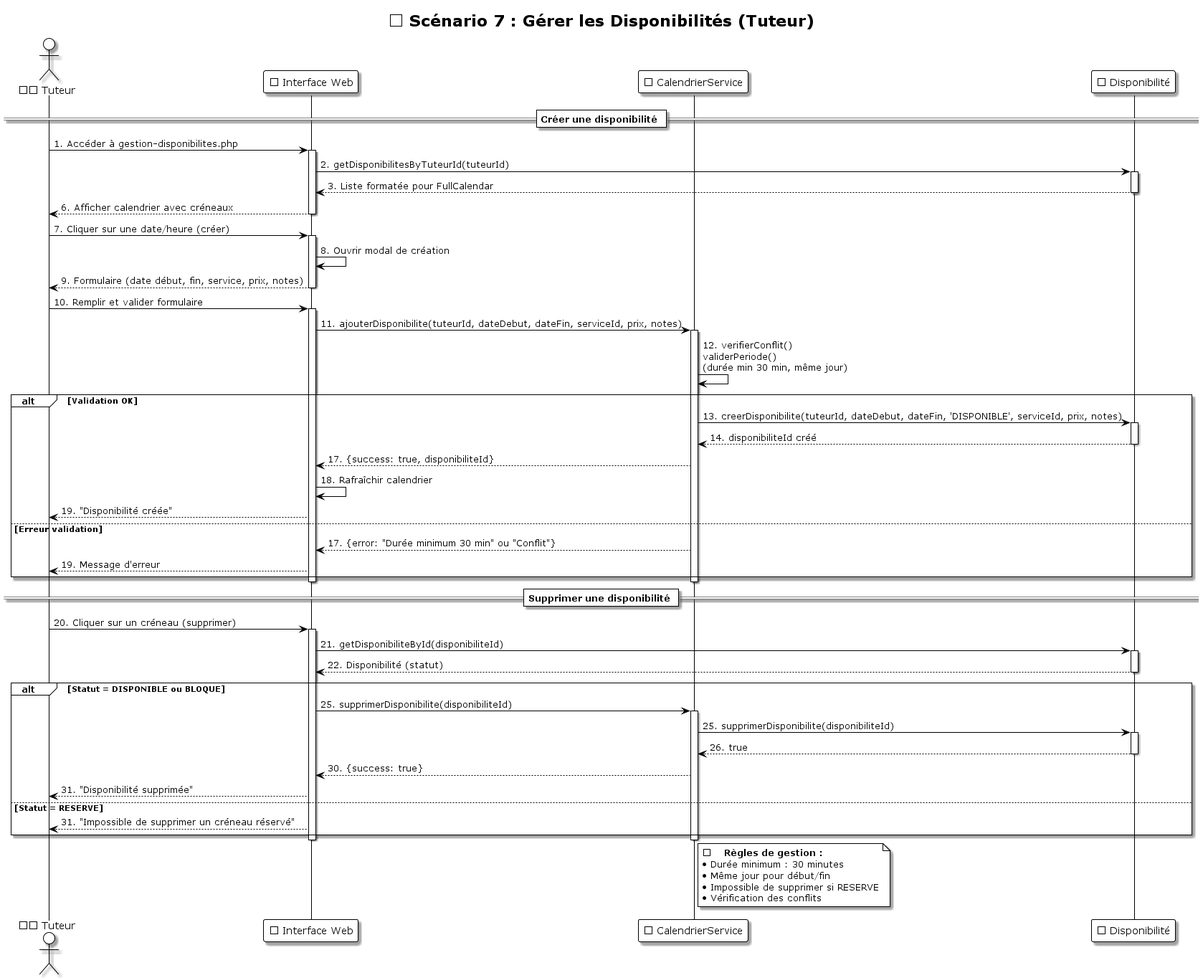
This is UML/diagrammes_sequence/Sequence_07_Gerer_Disponibilites.png from LLAbdul/LLAbdul-projet-tutoplus, a PlantUML export, as it was before one commit.
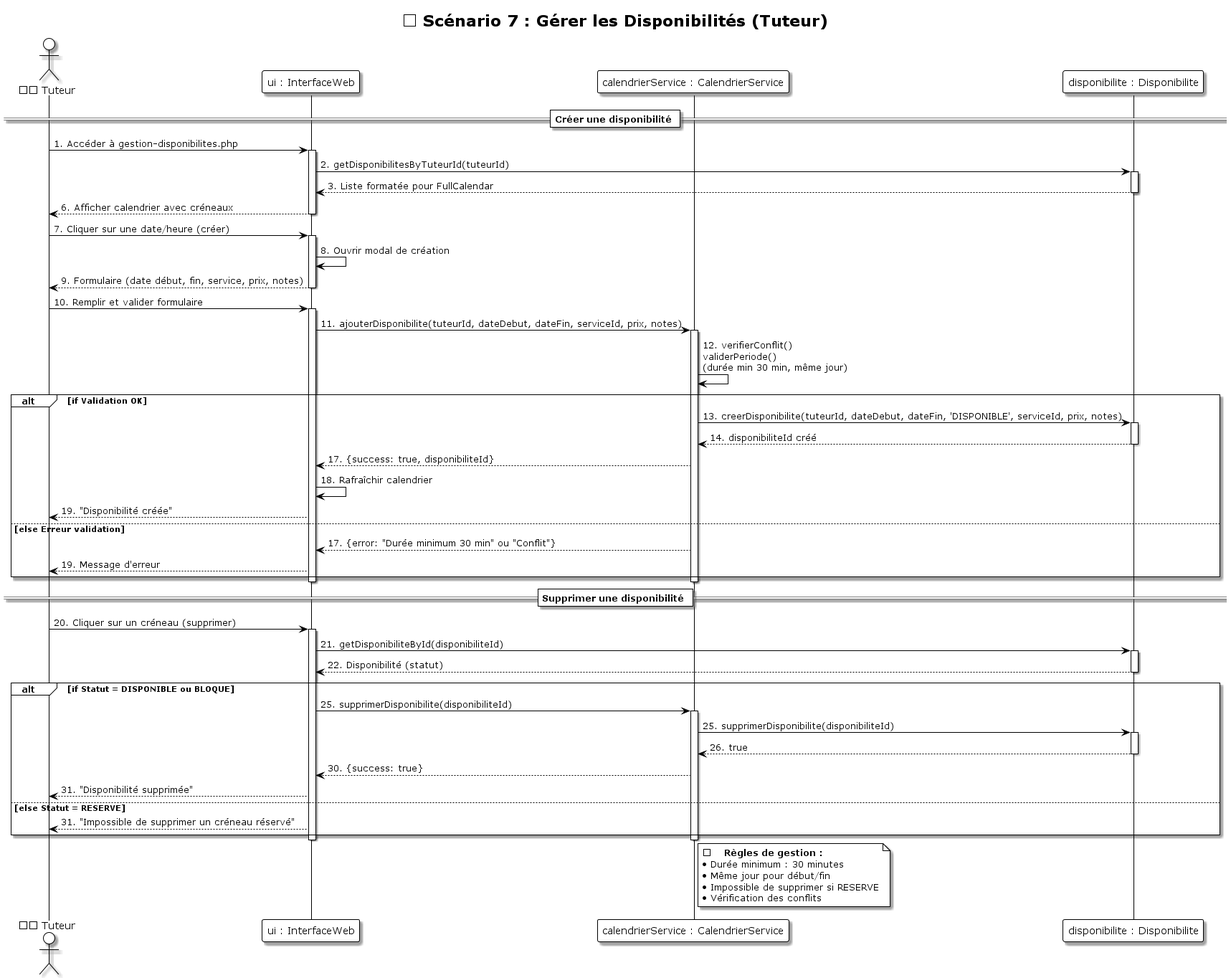
The same file after the commit.

Commit message:
update diagrame de sequence

The edit, as a diff of the source:
```diff
@@ -6,9 +6,9 @@
 title 📝 Scénario 7 : Gérer les Disponibilités (Tuteur)
 
 actor "👨‍🏫 Tuteur" as Tuteur
-participant "🌐 Interface Web" as UI
-participant "📆 CalendrierService" as CalendrierService
-participant "⏰ Disponibilité" as Disponibilite
+participant "ui : InterfaceWeb" as UI
+participant "calendrierService : CalendrierService" as CalendrierService
+participant "disponibilite : Disponibilite" as Disponibilite
 
 == Créer une disponibilité ==
 Tuteur -> UI: 1. Accéder à gestion-disponibilites.php
@@ -33,7 +33,7 @@
 
 CalendrierService -> CalendrierService: 12. verifierConflit()\nvaliderPeriode()\n(durée min 30 min, même jour)
 
-alt Validation OK
+alt if Validation OK
     CalendrierService -> Disponibilite: 13. creerDisponibilite(tuteurId, dateDebut, dateFin, 'DISPONIBLE', serviceId, prix, notes)
     activate Disponibilite
     Disponibilite --> CalendrierService: 14. disponibiliteId créé
@@ -42,7 +42,7 @@
     CalendrierService --> UI: 17. {success: true, disponibiliteId}
     UI -> UI: 18. Rafraîchir calendrier
     UI --> Tuteur: 19. "Disponibilité créée"
-else Erreur validation
+else else Erreur validation
     CalendrierService --> UI: 17. {error: "Durée minimum 30 min" ou "Conflit"}
     UI --> Tuteur: 19. Message d'erreur
 end
@@ -58,7 +58,7 @@
 Disponibilite --> UI: 22. Disponibilité (statut)
 deactivate Disponibilite
 
-alt Statut = DISPONIBLE ou BLOQUE
+alt if Statut = DISPONIBLE ou BLOQUE
     UI -> CalendrierService: 25. supprimerDisponibilite(disponibiliteId)
     activate CalendrierService
     CalendrierService -> Disponibilite: 25. supprimerDisponibilite(disponibiliteId)
@@ -67,7 +67,7 @@
     deactivate Disponibilite
     CalendrierService --> UI: 30. {success: true}
     UI --> Tuteur: 31. "Disponibilité supprimée"
-else Statut = RESERVE
+else else Statut = RESERVE
     UI --> Tuteur: 31. "Impossible de supprimer un créneau réservé"
 end
 
```
